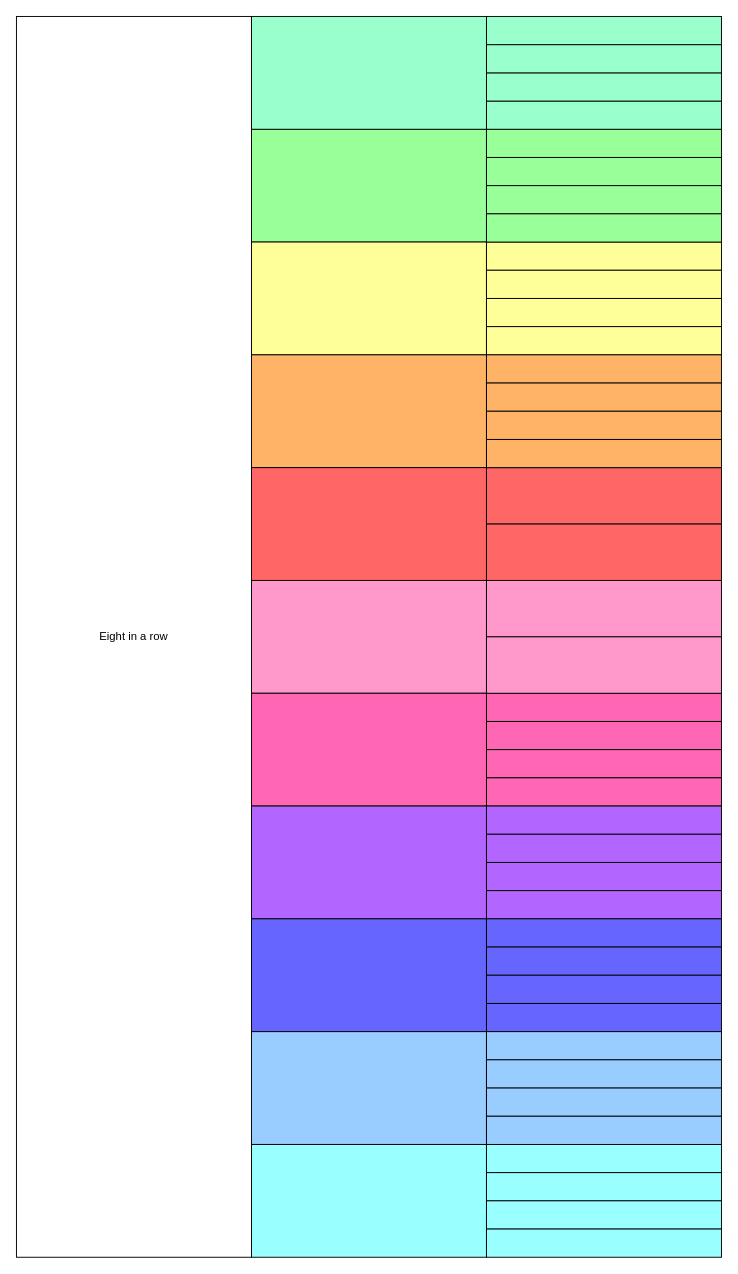
PURDUEJA/8-in-a-row keeps this draw.io diagram as Decomposition table.drawio. Above is the earlier version. Source tidied: cells renumbered, new cells numbered last; positions are measured from the earlier drawing's top-left corner, leaving out a move shared by most shapes. Both pictures are drawn from the tidied source at 94%, with x=0, y=0 at pixel (16, 16).
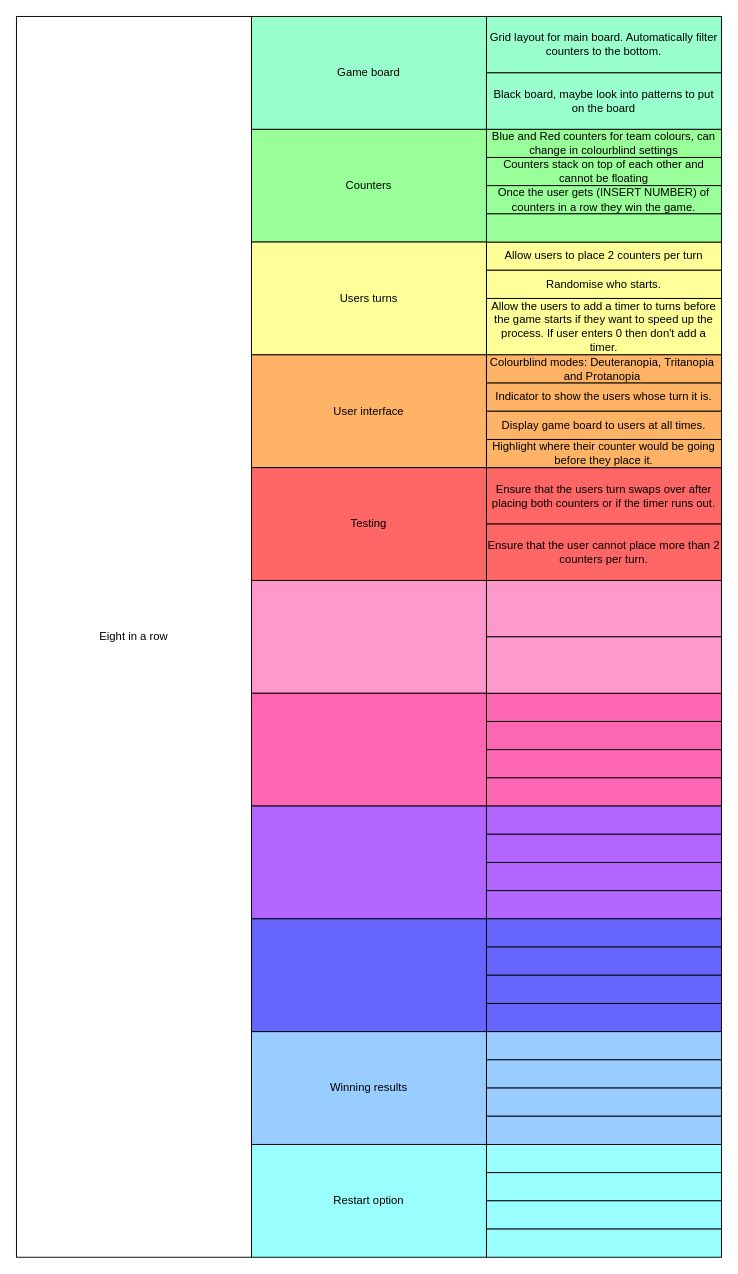
The same page after the edit.

Change to the diagram source:
```diff
@@
-    <mxCell id="2" style="rounded=0;whiteSpace=wrap;html=1;fillColor=#99FF99;" parent="1" vertex="1">
+    <mxCell id="2" value="Counters" style="rounded=0;whiteSpace=wrap;html=1;fillColor=#99FF99;" parent="1" vertex="1">
       <mxGeometry x="250" y="120" width="250" height="120" as="geometry" />
     </mxCell>
-    <mxCell id="3" style="rounded=0;whiteSpace=wrap;html=1;fillColor=#FFFF99;" parent="1" vertex="1">
+    <mxCell id="3" value="Users turns" style="rounded=0;whiteSpace=wrap;html=1;fillColor=#FFFF99;" parent="1" vertex="1">
       <mxGeometry x="250" y="240" width="250" height="120" as="geometry" />
     </mxCell>
-    <mxCell id="4" style="rounded=0;whiteSpace=wrap;html=1;fillColor=#FFB366;" parent="1" vertex="1">
+    <mxCell id="4" value="User interface" style="rounded=0;whiteSpace=wrap;html=1;fillColor=#FFB366;" parent="1" vertex="1">
       <mxGeometry x="250" y="360" width="250" height="120" as="geometry" />
     </mxCell>
-    <mxCell id="5" style="rounded=0;whiteSpace=wrap;html=1;fillColor=#FF6666;" parent="1" vertex="1">
+    <mxCell id="5" value="Testing" style="rounded=0;whiteSpace=wrap;html=1;fillColor=#FF6666;" parent="1" vertex="1">
       <mxGeometry x="250" y="480" width="250" height="120" as="geometry" />
     </mxCell>
-    <mxCell id="6" style="rounded=0;whiteSpace=wrap;html=1;fillColor=#FFFF99;" parent="1" vertex="1">
+    <mxCell id="6" value="Allow users to place 2 counters per turn" style="rounded=0;whiteSpace=wrap;html=1;fillColor=#FFFF99;" parent="1" vertex="1">
       <mxGeometry x="500" y="240" width="250" height="30" as="geometry" />
     </mxCell>
-    <mxCell id="7" style="rounded=0;whiteSpace=wrap;html=1;fillColor=#FFFF99;" parent="1" vertex="1">
+    <mxCell id="7" value="Randomise who starts." style="rounded=0;whiteSpace=wrap;html=1;fillColor=#FFFF99;" parent="1" vertex="1">
       <mxGeometry x="500" y="270" width="250" height="30" as="geometry" />
     </mxCell>
-    <mxCell id="8" style="rounded=0;whiteSpace=wrap;html=1;fillColor=#FFFF99;" parent="1" vertex="1">
-      <mxGeometry x="500" y="300" width="250" height="30" as="geometry" />
+    <mxCell id="8" value="Allow the users to add a timer to turns before the game starts if they want to speed up the process. If user enters 0 then don't add a timer." style="rounded=0;whiteSpace=wrap;html=1;fillColor=#FFFF99;" parent="1" vertex="1">
+      <mxGeometry x="500" y="300" width="250" height="60" as="geometry" />
     </mxCell>
-    <mxCell id="9" style="rounded=0;whiteSpace=wrap;html=1;fillColor=#FFFF99;" parent="1" vertex="1">
-      <mxGeometry x="500" y="330" width="250" height="30" as="geometry" />
-    </mxCell>
-    <mxCell id="10" style="rounded=0;whiteSpace=wrap;html=1;fillColor=#99FF99;" parent="1" vertex="1">
+    <mxCell id="10" value="Blue and Red counters for team colours, can change in colourblind settings" style="rounded=0;whiteSpace=wrap;html=1;fillColor=#99FF99;" parent="1" vertex="1">
       <mxGeometry x="500" y="120" width="250" height="30" as="geometry" />
     </mxCell>
-    <mxCell id="11" style="rounded=0;whiteSpace=wrap;html=1;fillColor=#99FF99;" parent="1" vertex="1">
+    <mxCell id="11" value="Counters stack on top of each other and cannot be floating" style="rounded=0;whiteSpace=wrap;html=1;fillColor=#99FF99;" parent="1" vertex="1">
       <mxGeometry x="500" y="150" width="250" height="30" as="geometry" />
     </mxCell>
-    <mxCell id="12" style="rounded=0;whiteSpace=wrap;html=1;fillColor=#99FF99;" parent="1" vertex="1">
+    <mxCell id="12" value="Once the user gets (INSERT NUMBER) of counters in a row they win the game." style="rounded=0;whiteSpace=wrap;html=1;fillColor=#99FF99;" parent="1" vertex="1">
       <mxGeometry x="500" y="180" width="250" height="30" as="geometry" />
     </mxCell>
@@
-    <mxCell id="18" style="rounded=0;whiteSpace=wrap;html=1;fillColor=#FF6666;" parent="1" vertex="1">
+    <mxCell id="18" value="Ensure that the users turn swaps over after placing both counters or if the timer runs out." style="rounded=0;whiteSpace=wrap;html=1;fillColor=#FF6666;" parent="1" vertex="1">
       <mxGeometry x="500" y="480" width="250" height="60" as="geometry" />
     </mxCell>
-    <mxCell id="19" style="rounded=0;whiteSpace=wrap;html=1;fillColor=#FF6666;" parent="1" vertex="1">
+    <mxCell id="19" value="Ensure that the user cannot place more than 2 counters per turn." style="rounded=0;whiteSpace=wrap;html=1;fillColor=#FF6666;" parent="1" vertex="1">
       <mxGeometry x="500" y="540" width="250" height="60" as="geometry" />
     </mxCell>
-    <mxCell id="20" style="rounded=0;whiteSpace=wrap;html=1;fillColor=#99FFCC;" parent="1" vertex="1">
-      <mxGeometry x="500" y="90" width="250" height="30" as="geometry" />
-    </mxCell>
-    <mxCell id="21" style="rounded=0;whiteSpace=wrap;html=1;fillColor=#99FFCC;" parent="1" vertex="1">
-      <mxGeometry x="500" y="60" width="250" height="30" as="geometry" />
-    </mxCell>
@@
-    <mxCell id="24" style="rounded=0;whiteSpace=wrap;html=1;fillColor=#FFB366;" parent="1" vertex="1">
+    <mxCell id="24" value="Colourblind modes: Deuteranopia,&amp;nbsp;Tritanopia&amp;nbsp; and&amp;nbsp;Protanopia&amp;nbsp;" style="rounded=0;whiteSpace=wrap;html=1;fillColor=#FFB366;" parent="1" vertex="1">
       <mxGeometry x="500" y="360" width="250" height="30" as="geometry" />
     </mxCell>
@@
-    <mxCell id="29" style="rounded=0;whiteSpace=wrap;html=1;fillColor=#99CCFF;" parent="1" vertex="1">
+    <mxCell id="29" value="Winning results" style="rounded=0;whiteSpace=wrap;html=1;fillColor=#99CCFF;" parent="1" vertex="1">
       <mxGeometry x="250" y="1080" width="250" height="120" as="geometry" />
     </mxCell>
-    <mxCell id="30" style="rounded=0;whiteSpace=wrap;html=1;fillColor=#99FFFF;" parent="1" vertex="1">
+    <mxCell id="30" value="Restart option" style="rounded=0;whiteSpace=wrap;html=1;fillColor=#99FFFF;" parent="1" vertex="1">
       <mxGeometry x="250" y="1200" width="250" height="120" as="geometry" />
     </mxCell>
@@
-    <mxCell id="47" style="rounded=0;whiteSpace=wrap;html=1;fillColor=#FFB366;" parent="1" vertex="1">
+    <mxCell id="47" value="Indicator to show the users whose turn it is." style="rounded=0;whiteSpace=wrap;html=1;fillColor=#FFB366;" parent="1" vertex="1">
       <mxGeometry x="500" y="390" width="250" height="30" as="geometry" />
     </mxCell>
-    <mxCell id="48" style="rounded=0;whiteSpace=wrap;html=1;fillColor=#FFB366;" parent="1" vertex="1">
+    <mxCell id="48" value="Display game board to users at all times." style="rounded=0;whiteSpace=wrap;html=1;fillColor=#FFB366;" parent="1" vertex="1">
       <mxGeometry x="500" y="420" width="250" height="30" as="geometry" />
     </mxCell>
-    <mxCell id="49" style="rounded=0;whiteSpace=wrap;html=1;fillColor=#FFB366;" parent="1" vertex="1">
+    <mxCell id="49" value="Highlight where their counter would be going before they place it." style="rounded=0;whiteSpace=wrap;html=1;fillColor=#FFB366;" parent="1" vertex="1">
       <mxGeometry x="500" y="450" width="250" height="30" as="geometry" />
     </mxCell>
@@
-    <mxCell id="51" style="rounded=0;whiteSpace=wrap;html=1;fillColor=#99FFCC;" parent="1" vertex="1">
-      <mxGeometry x="500" y="30" width="250" height="30" as="geometry" />
-    </mxCell>
-    <mxCell id="52" style="rounded=0;whiteSpace=wrap;html=1;fillColor=#99FFCC;" parent="1" vertex="1">
-      <mxGeometry x="500" width="250" height="30" as="geometry" />
+    <mxCell id="52" value="Grid layout for main board. Automatically filter counters to the bottom." style="rounded=0;whiteSpace=wrap;html=1;fillColor=#99FFCC;" parent="1" vertex="1">
+      <mxGeometry x="500" width="250" height="60" as="geometry" />
     </mxCell>
-    <mxCell id="53" style="rounded=0;whiteSpace=wrap;html=1;fillColor=#99FFCC;" parent="1" vertex="1">
+    <mxCell id="53" value="Game board" style="rounded=0;whiteSpace=wrap;html=1;fillColor=#99FFCC;" parent="1" vertex="1">
       <mxGeometry x="250" width="250" height="120" as="geometry" />
     </mxCell>
+    <mxCell id="54" value="Black board, maybe look into patterns to put on the board" style="rounded=0;whiteSpace=wrap;html=1;fillColor=#99FFCC;" parent="1" vertex="1">
+      <mxGeometry x="500" y="60" width="250" height="60" as="geometry" />
+    </mxCell>
```
